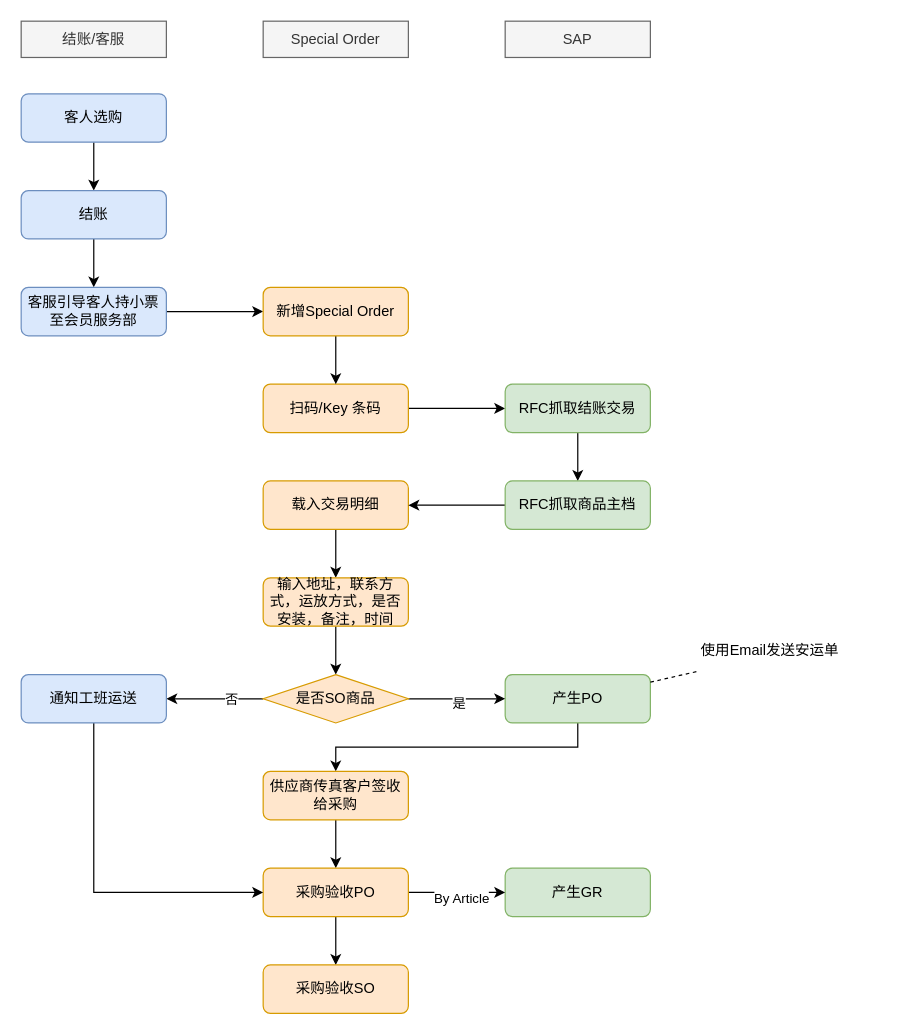
Before: page "销售" (1 of 2) of Special Order.drawio in luss613/draw.io, a draw.io diagram. Source tidied: cells renumbered, new cells numbered last; positions are measured from the earlier drawing's top-left corner, leaving out a move shared by most shapes. Both pictures are drawn from the tidied source at 121%, with x=0, y=0 at pixel (21, 21).
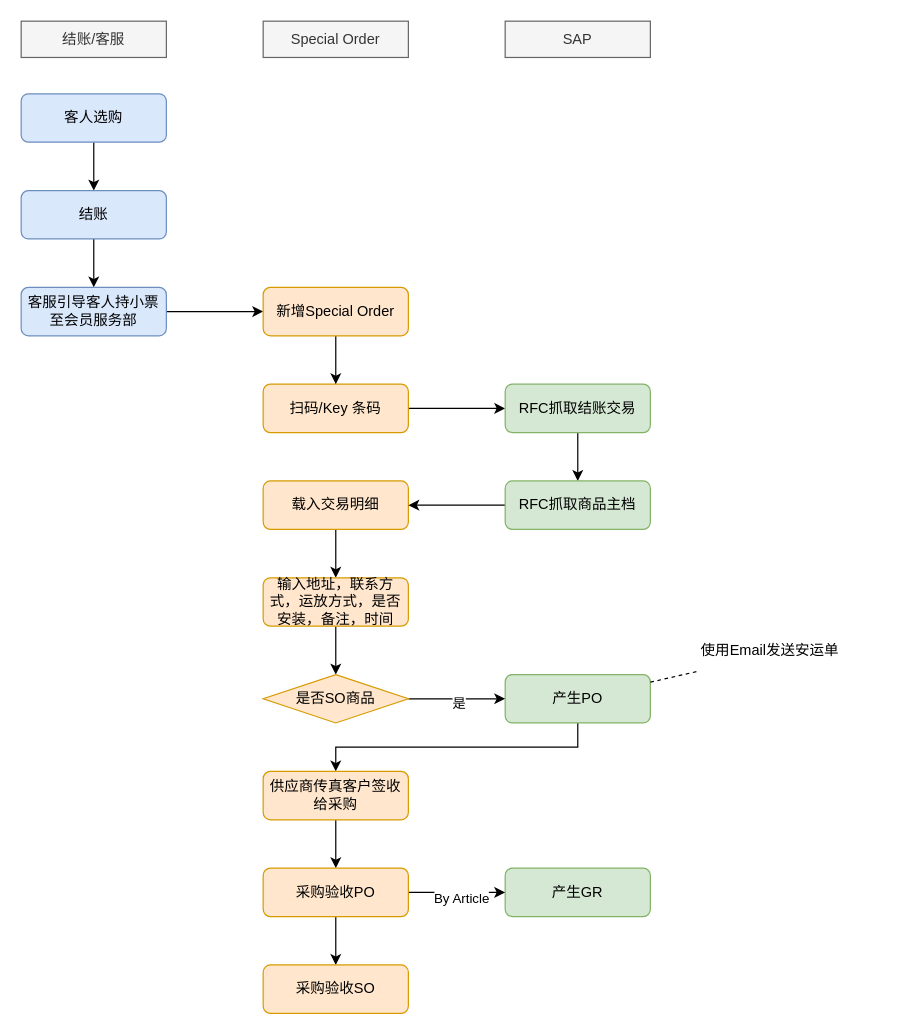
After the change.

Unchanged cells that the change refers to:
```xml
<mxCell id="31" value="采购验收PO" style="rounded=1;whiteSpace=wrap;html=1;fontSize=12;glass=0;strokeWidth=1;shadow=0;fillColor=#ffe6cc;strokeColor=#d79b00;" parent="1" vertex="1">
  <mxGeometry x="200" y="700" width="120" height="40" as="geometry" />
</mxCell>
<mxCell id="38" value="是否SO商品" style="rhombus;whiteSpace=wrap;html=1;fillColor=#ffe6cc;strokeColor=#d79b00;" parent="1" vertex="1">
  <mxGeometry x="200" y="540" width="120" height="40" as="geometry" />
</mxCell>
```

Change to the diagram source:
```diff
@@
-    <mxCell id="36" style="edgeStyle=orthogonalEdgeStyle;rounded=0;jettySize=auto;html=1;" parent="1" edge="1" source="38" target="40">
-      <mxGeometry relative="1" as="geometry" />
-    </mxCell>
-    <mxCell id="37" value="否" style="edgeLabel;html=1;align=center;verticalAlign=middle;" parent="36" vertex="1">
-      <mxGeometry x="-0.33" relative="1" as="geometry" />
-    </mxCell>
@@
-    <mxCell id="39" style="edgeStyle=orthogonalEdgeStyle;rounded=0;jettySize=auto;html=1;entryX=0;entryY=0.5;entryDx=0;entryDy=0;exitX=0.5;exitY=1;exitDx=0;exitDy=0;" parent="1" edge="1" source="40" target="31">
-      <mxGeometry relative="1" as="geometry" />
-    </mxCell>
-    <mxCell id="40" value="通知工班运送" style="rounded=1;whiteSpace=wrap;html=1;fontSize=12;glass=0;strokeWidth=1;shadow=0;fillColor=#dae8fc;strokeColor=#6c8ebf;" parent="1" vertex="1">
-      <mxGeometry y="540" width="120" height="40" as="geometry" />
-    </mxCell>
```
